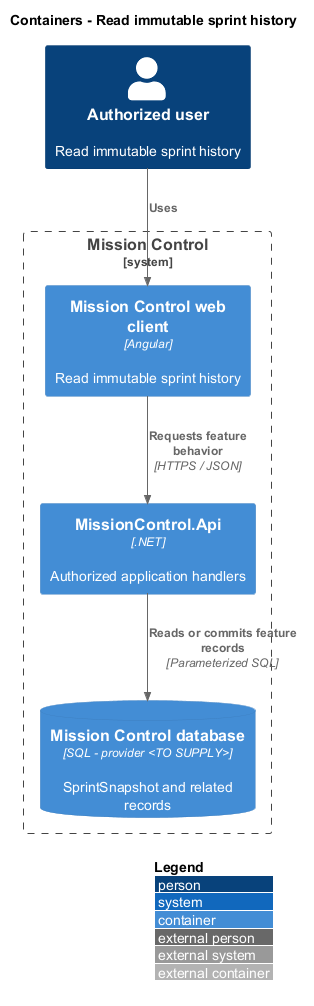
QuinntyneBrown/mission-control keeps this PlantUML diagram as docs/detailed-designs/scrum/read-sprint-history/diagrams/c4-container.png. Above is the earlier version.
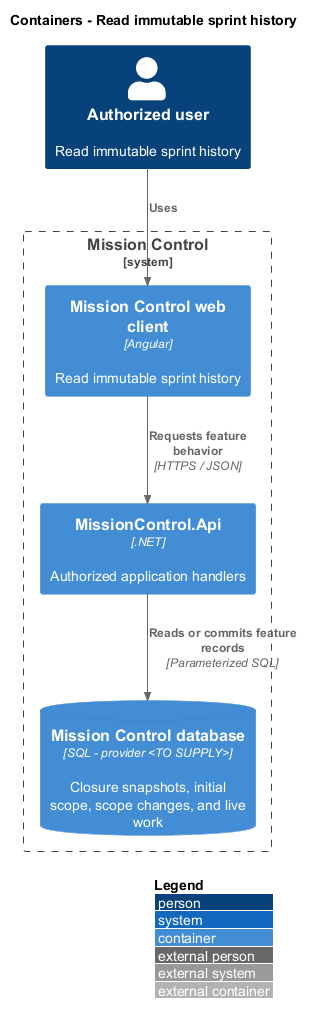
The same file after the commit.

The edit, as a diff of the source:
```diff
@@ -6,7 +6,7 @@
 System_Boundary(mc, "Mission Control") {
   Container(web, "Mission Control web client", "Angular", "Read immutable sprint history")
   Container(api, "MissionControl.Api", ".NET", "Authorized application handlers")
-  ContainerDb(db, "Mission Control database", "SQL - provider <TO SUPPLY>", "SprintSnapshot and related records")
+  ContainerDb(db, "Mission Control database", "SQL - provider <TO SUPPLY>", "Closure snapshots, initial scope, scope changes, and live work")
 }
 Rel(actor, web, "Uses")
 Rel(web, api, "Requests feature behavior", "HTTPS / JSON")
```
